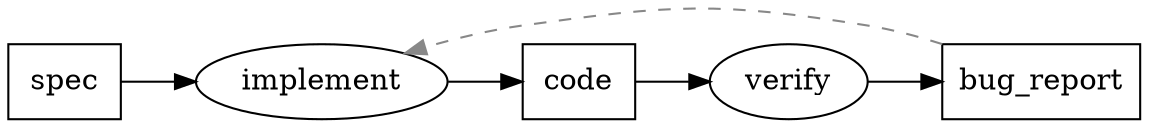
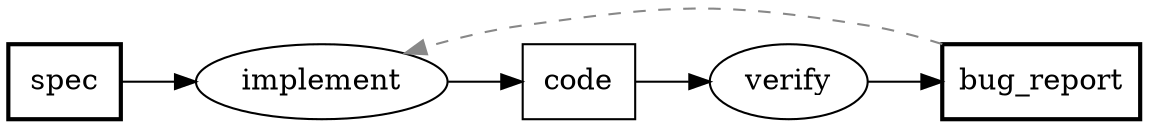
digraph PFDSL {
  rankdir=LR;
  newrank=true;

-   "bug_report" [shape=box, label="bug_report"];
+   "bug_report" [shape=box, label="bug_report", penwidth="2"];
  "code" [shape=box, label="code"];
  "implement" [shape=ellipse, label="implement"];
-   "spec" [shape=box, label="spec"];
+   "spec" [shape=box, label="spec", penwidth="2"];
  "verify" [shape=ellipse, label="verify"];

  "spec" -> "implement";
  "implement" -> "code";
  "code" -> "verify";
  "verify" -> "bug_report";
  "bug_report" -> "implement" [style=dashed, color="#888888", constraint=false];
}
